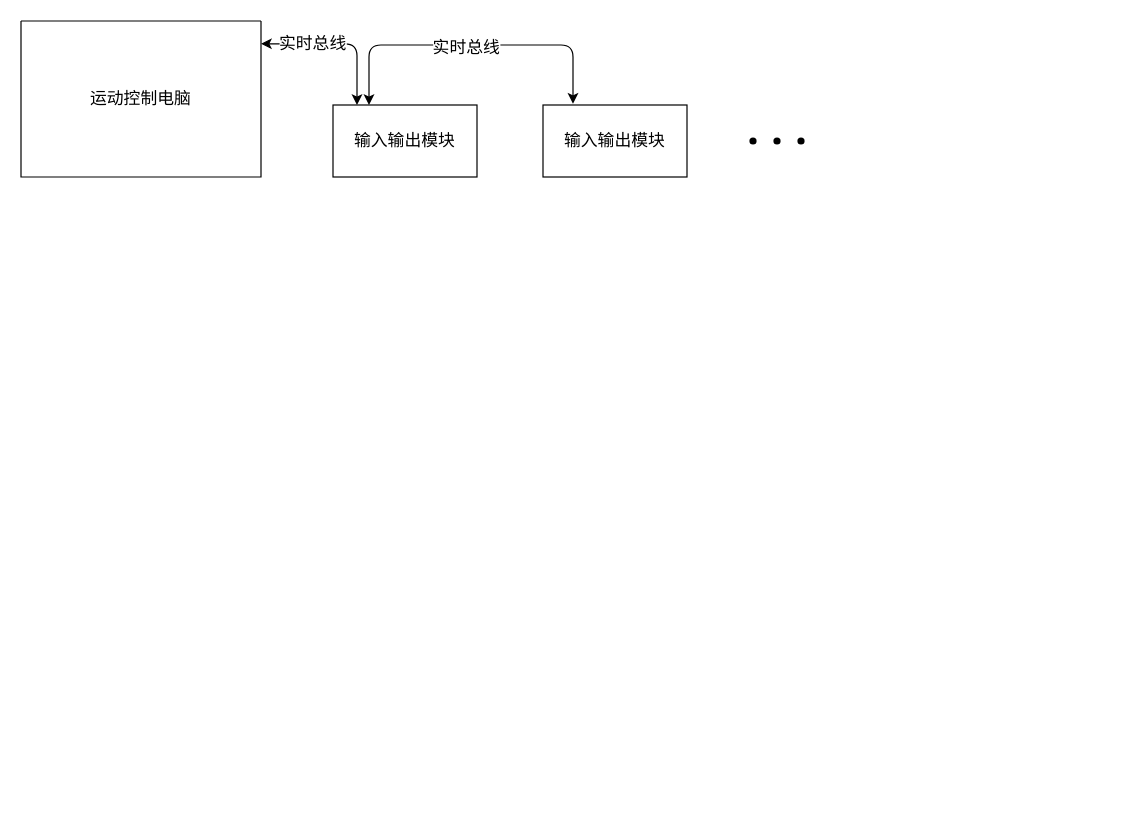
The draw.io diagram patent/drawing/Untitled Diagram.drawio in leeywin/work, before the edit. Source tidied: cells renumbered, new cells numbered last; positions are measured from the earlier drawing's top-left corner, leaving out a move shared by most shapes. Both pictures are drawn from the tidied source at 120%, with x=0, y=0 at pixel (20, 20).
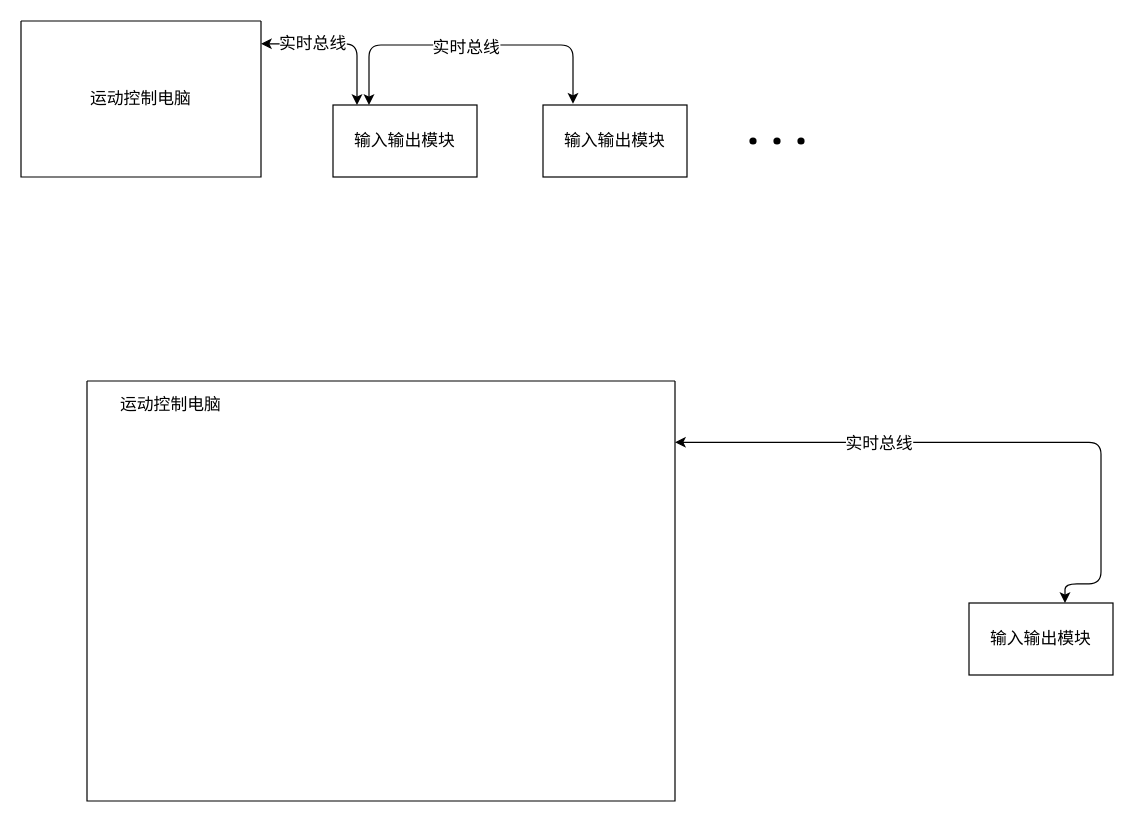
The same diagram, later.

The edit, as a diff of the source:
```diff
@@
+    <mxCell id="13" parent="0" />
+    <mxCell id="14" style="swimlane;startSize=0;" parent="13" vertex="1">
+      <mxGeometry x="55" y="300" width="490" height="350" as="geometry" />
+    </mxCell>
+    <mxCell id="15" value="运动控制电脑" style="text;html=1;strokeColor=none;fillColor=none;align=center;verticalAlign=middle;whiteSpace=wrap;rounded=0;fontSize=14;" parent="14" vertex="1">
+      <mxGeometry x="20" y="10" width="100" height="20" as="geometry" />
+    </mxCell>
+    <mxCell id="16" value="输入输出模块" style="rounded=0;whiteSpace=wrap;html=1;fontSize=14;" parent="13" vertex="1">
+      <mxGeometry x="790" y="485" width="120" height="60" as="geometry" />
+    </mxCell>
+    <mxCell id="17" style="edgeStyle=segmentEdgeStyle;endArrow=classic;html=1;fontSize=14;exitX=1;exitY=0.146;exitDx=0;exitDy=0;exitPerimeter=0;startArrow=classic;startFill=1;" parent="13" edge="1" source="14" target="16">
+      <mxGeometry relative="1" as="geometry">
+        <Array as="points">
+          <mxPoint x="900" y="351" />
+          <mxPoint x="900" y="469" />
+          <mxPoint x="870" y="469" />
+        </Array>
+      </mxGeometry>
+    </mxCell>
+    <mxCell id="18" value="实时总线" style="edgeLabel;html=1;align=center;verticalAlign=middle;fontSize=14;" parent="17" vertex="1">
+      <mxGeometry x="-0.35" relative="1" as="geometry" />
+    </mxCell>
```
